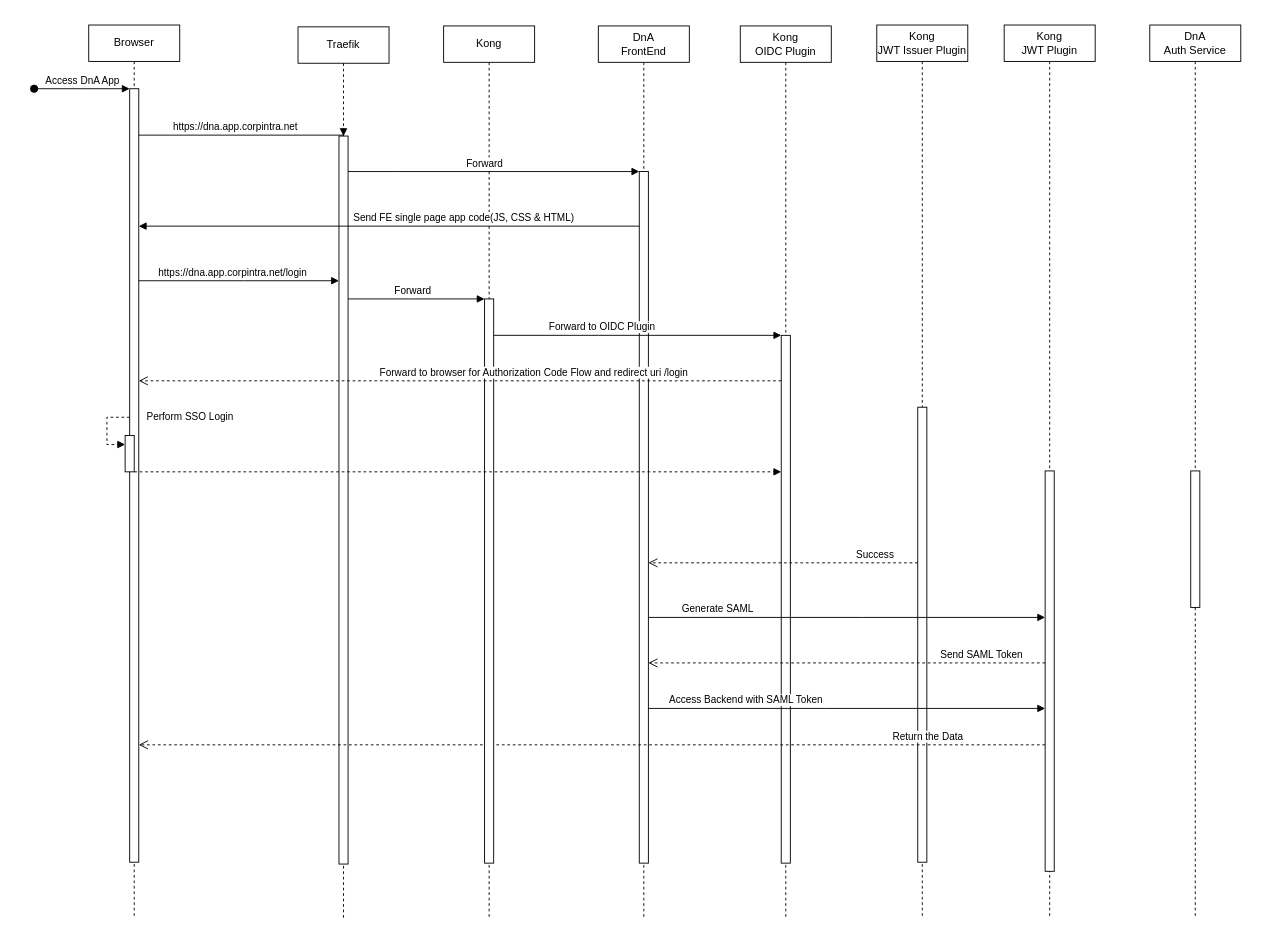
This is DnA Security Architecture With Kong.drawio from kameshbrao/ArchiModels, a draw.io file, before an edit. Source tidied: cells renumbered, new cells numbered last; positions are measured from the earlier drawing's top-left corner, leaving out a move shared by most shapes. Both pictures are drawn from the tidied source at 91%, with x=0, y=0 at pixel (34, 25).
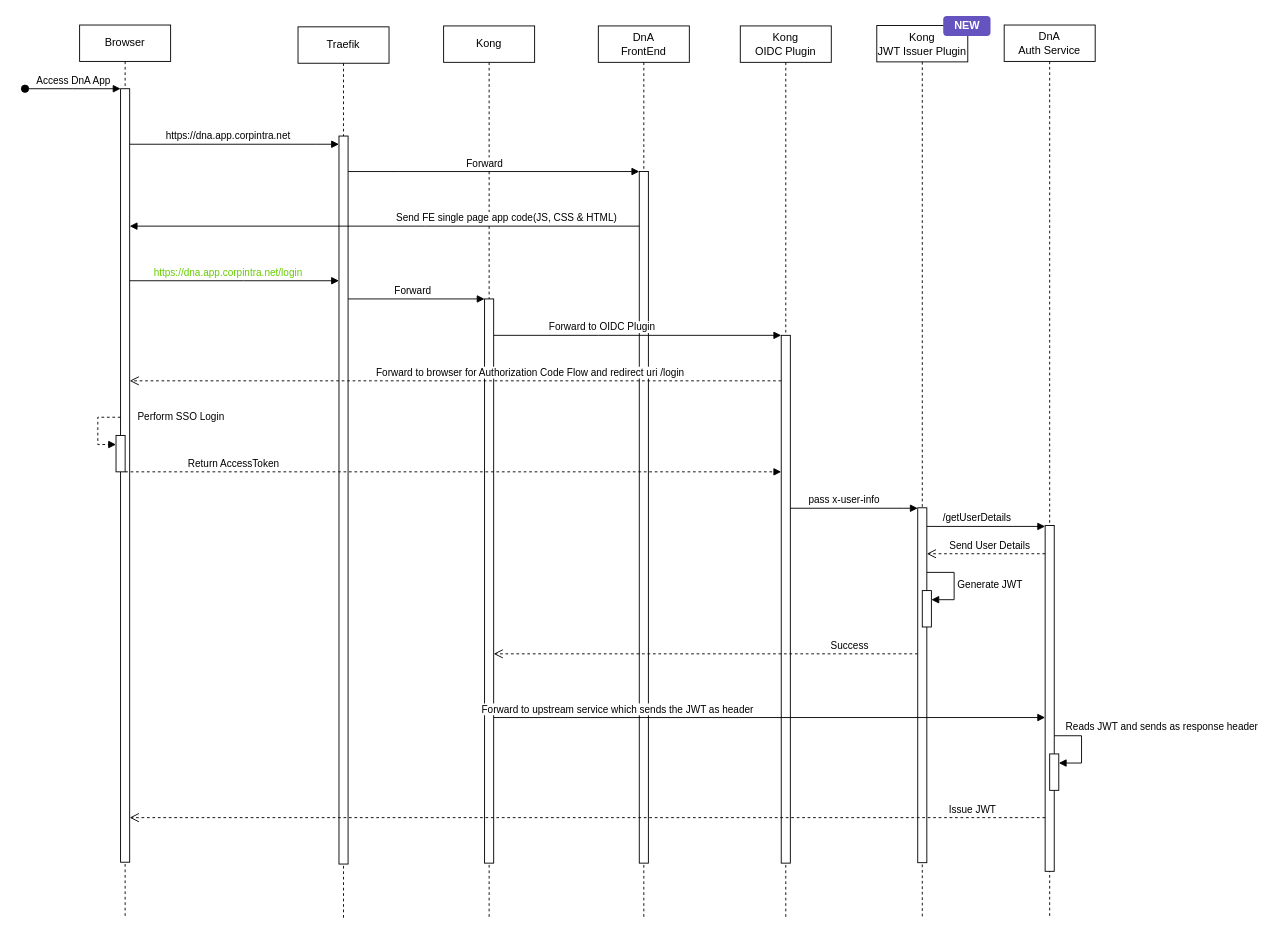
The same diagram, later.

The change refers to these unchanged cells:
```xml
<mxCell id="3" style="html=1;points=[];perimeter=orthogonalPerimeter;outlineConnect=0;targetShapes=umlLifeline;portConstraint=eastwest;newEdgeStyle={&quot;edgeStyle&quot;:&quot;elbowEdgeStyle&quot;,&quot;elbow&quot;:&quot;vertical&quot;,&quot;curved&quot;:0,&quot;rounded&quot;:0};" parent="2" vertex="1">
  <mxGeometry x="45" y="70" width="10" height="850" as="geometry" />
</mxCell>
<mxCell id="5" style="html=1;points=[];perimeter=orthogonalPerimeter;outlineConnect=0;targetShapes=umlLifeline;portConstraint=eastwest;newEdgeStyle={&quot;edgeStyle&quot;:&quot;elbowEdgeStyle&quot;,&quot;elbow&quot;:&quot;vertical&quot;,&quot;curved&quot;:0,&quot;rounded&quot;:0};" parent="2" vertex="1">
  <mxGeometry x="40" y="451" width="10" height="40" as="geometry" />
</mxCell>
<mxCell id="8" style="html=1;points=[];perimeter=orthogonalPerimeter;outlineConnect=0;targetShapes=umlLifeline;portConstraint=eastwest;newEdgeStyle={&quot;edgeStyle&quot;:&quot;elbowEdgeStyle&quot;,&quot;elbow&quot;:&quot;vertical&quot;,&quot;curved&quot;:0,&quot;rounded&quot;:0};" parent="7" vertex="1">
  <mxGeometry x="45" y="160" width="10" height="760" as="geometry" />
</mxCell>
<mxCell id="11" style="html=1;points=[];perimeter=orthogonalPerimeter;outlineConnect=0;targetShapes=umlLifeline;portConstraint=eastwest;newEdgeStyle={&quot;edgeStyle&quot;:&quot;elbowEdgeStyle&quot;,&quot;elbow&quot;:&quot;vertical&quot;,&quot;curved&quot;:0,&quot;rounded&quot;:0};" parent="10" vertex="1">
  <mxGeometry x="45" y="340" width="10" height="580" as="geometry" />
</mxCell>
<mxCell id="15" style="html=1;points=[];perimeter=orthogonalPerimeter;outlineConnect=0;targetShapes=umlLifeline;portConstraint=eastwest;newEdgeStyle={&quot;edgeStyle&quot;:&quot;elbowEdgeStyle&quot;,&quot;elbow&quot;:&quot;vertical&quot;,&quot;curved&quot;:0,&quot;rounded&quot;:0};" parent="14" vertex="1">
  <mxGeometry x="45" y="120" width="10" height="800" as="geometry" />
</mxCell>
<mxCell id="27" style="html=1;points=[];perimeter=orthogonalPerimeter;outlineConnect=0;targetShapes=umlLifeline;portConstraint=eastwest;newEdgeStyle={&quot;edgeStyle&quot;:&quot;elbowEdgeStyle&quot;,&quot;elbow&quot;:&quot;vertical&quot;,&quot;curved&quot;:0,&quot;rounded&quot;:0};" parent="26" vertex="1">
  <mxGeometry x="45" y="300" width="10" height="620" as="geometry" />
</mxCell>
```

Change to the diagram source:
```diff
@@
     <mxCell id="2" value="Browser" style="shape=umlLifeline;perimeter=lifelinePerimeter;whiteSpace=wrap;html=1;newEdgeStyle={&quot;edgeStyle&quot;:&quot;elbowEdgeStyle&quot;,&quot;elbow&quot;:&quot;vertical&quot;,&quot;curved&quot;:0,&quot;rounded&quot;:0};" parent="1" vertex="1">
-      <mxGeometry x="60" width="100" height="981" as="geometry" />
+      <mxGeometry x="50" width="100" height="981" as="geometry" />
     </mxCell>
@@
     <mxCell id="9" value="https://dna.app.corpintra.net" style="html=1;verticalAlign=bottom;endArrow=block;edgeStyle=elbowEdgeStyle;elbow=vertical;curved=0;rounded=0;" parent="1" edge="1" source="3" target="15">
       <mxGeometry x="-0.06" relative="1" as="geometry">
         <Array as="points">
-          <mxPoint x="270" y="121" />
+          <mxPoint x="310" y="131" />
+          <mxPoint x="330" y="141" />
           <mxPoint x="595" y="111" />
           <mxPoint x="775" y="131" />
           <mxPoint x="365" y="106" />
         </Array>
       </mxGeometry>
     </mxCell>
@@
-    <mxCell id="12" value="Kong&lt;br&gt;JWT Plugin" style="shape=umlLifeline;perimeter=lifelinePerimeter;whiteSpace=wrap;html=1;newEdgeStyle={&quot;edgeStyle&quot;:&quot;elbowEdgeStyle&quot;,&quot;elbow&quot;:&quot;vertical&quot;,&quot;curved&quot;:0,&quot;rounded&quot;:0};" parent="1" vertex="1">
+    <mxCell id="12" value="DnA&lt;br&gt;Auth Service" style="shape=umlLifeline;perimeter=lifelinePerimeter;whiteSpace=wrap;html=1;newEdgeStyle={&quot;edgeStyle&quot;:&quot;elbowEdgeStyle&quot;,&quot;elbow&quot;:&quot;vertical&quot;,&quot;curved&quot;:0,&quot;rounded&quot;:0};" parent="1" vertex="1">
       <mxGeometry x="1066" width="100" height="981" as="geometry" />
     </mxCell>
     <mxCell id="13" style="html=1;points=[];perimeter=orthogonalPerimeter;outlineConnect=0;targetShapes=umlLifeline;portConstraint=eastwest;newEdgeStyle={&quot;edgeStyle&quot;:&quot;elbowEdgeStyle&quot;,&quot;elbow&quot;:&quot;vertical&quot;,&quot;curved&quot;:0,&quot;rounded&quot;:0};" parent="12" vertex="1">
-      <mxGeometry x="45" y="490" width="10" height="440" as="geometry" />
+      <mxGeometry x="45" y="550" width="10" height="380" as="geometry" />
     </mxCell>
+    <mxCell id="34" style="html=1;points=[];perimeter=orthogonalPerimeter;outlineConnect=0;targetShapes=umlLifeline;portConstraint=eastwest;newEdgeStyle={&quot;edgeStyle&quot;:&quot;elbowEdgeStyle&quot;,&quot;elbow&quot;:&quot;vertical&quot;,&quot;curved&quot;:0,&quot;rounded&quot;:0};" parent="12" vertex="1">
+      <mxGeometry x="50" y="801" width="10" height="40" as="geometry" />
+    </mxCell>
+    <mxCell id="35" value="Reads JWT and sends as response header" style="html=1;align=left;spacingLeft=2;endArrow=block;rounded=0;edgeStyle=orthogonalEdgeStyle;curved=0;rounded=0;" parent="12" edge="1" target="34">
+      <mxGeometry x="-0.79" y="10" relative="1" as="geometry">
+        <mxPoint x="55" y="781" as="sourcePoint" />
+        <Array as="points">
+          <mxPoint x="85" y="811" />
+        </Array>
+      </mxGeometry>
+    </mxCell>
@@
-    <mxCell id="17" value="Success" style="html=1;verticalAlign=bottom;endArrow=open;dashed=1;endSize=8;edgeStyle=elbowEdgeStyle;elbow=vertical;curved=0;rounded=0;" parent="1" edge="1" source="19" target="8">
+    <mxCell id="17" value="Success" style="html=1;verticalAlign=bottom;endArrow=open;dashed=1;endSize=8;edgeStyle=elbowEdgeStyle;elbow=vertical;curved=0;rounded=0;" parent="1" edge="1" source="19" target="27">
       <mxGeometry x="-0.68" relative="1" as="geometry">
         <Array as="points">
-          <mxPoint x="910" y="591" />
+          <mxPoint x="930" y="691" />
           <mxPoint x="755" y="461" />
           <mxPoint x="635" y="451" />
           <mxPoint x="685" y="481" />
           <mxPoint x="715" y="461" />
         </Array>
       </mxGeometry>
     </mxCell>
     <mxCell id="18" value="Kong&lt;br&gt;JWT Issuer Plugin" style="shape=umlLifeline;perimeter=lifelinePerimeter;whiteSpace=wrap;html=1;newEdgeStyle={&quot;edgeStyle&quot;:&quot;elbowEdgeStyle&quot;,&quot;elbow&quot;:&quot;vertical&quot;,&quot;curved&quot;:0,&quot;rounded&quot;:0};" parent="1" vertex="1">
-      <mxGeometry x="926" width="100" height="981" as="geometry" />
+      <mxGeometry x="926" y="0.5" width="100" height="981" as="geometry" />
     </mxCell>
     <mxCell id="19" style="html=1;points=[];perimeter=orthogonalPerimeter;outlineConnect=0;targetShapes=umlLifeline;portConstraint=eastwest;newEdgeStyle={&quot;edgeStyle&quot;:&quot;elbowEdgeStyle&quot;,&quot;elbow&quot;:&quot;vertical&quot;,&quot;curved&quot;:0,&quot;rounded&quot;:0};" parent="18" vertex="1">
-      <mxGeometry x="45" y="420" width="10" height="500" as="geometry" />
+      <mxGeometry x="45" y="530" width="10" height="390" as="geometry" />
     </mxCell>
-    <mxCell id="20" value="Return the Data" style="html=1;verticalAlign=bottom;endArrow=open;dashed=1;endSize=8;edgeStyle=elbowEdgeStyle;elbow=vertical;curved=0;rounded=0;" parent="1" edge="1" source="13" target="3">
-      <mxGeometry x="-0.74" relative="1" as="geometry">
-        <Array as="points">
-          <mxPoint x="850" y="791" />
-          <mxPoint x="815" y="611" />
-          <mxPoint x="495" y="581" />
-        </Array>
-      </mxGeometry>
-    </mxCell>
-    <mxCell id="21" value="Send SAML Token" style="html=1;verticalAlign=bottom;endArrow=open;dashed=1;endSize=8;edgeStyle=elbowEdgeStyle;elbow=vertical;curved=0;rounded=0;" parent="1" edge="1" source="13" target="8">
-      <mxGeometry x="-0.68" relative="1" as="geometry">
-        <Array as="points">
-          <mxPoint x="890" y="701" />
-          <mxPoint x="860" y="521" />
-          <mxPoint x="740" y="511" />
-          <mxPoint x="790" y="541" />
-          <mxPoint x="820" y="521" />
-        </Array>
-      </mxGeometry>
-    </mxCell>
-    <mxCell id="22" value="Generate SAML" style="html=1;verticalAlign=bottom;endArrow=block;edgeStyle=elbowEdgeStyle;elbow=vertical;curved=0;rounded=0;" parent="1" edge="1" source="8" target="13">
-      <mxGeometry x="-0.65" relative="1" as="geometry">
-        <Array as="points">
-          <mxPoint x="910" y="651" />
-          <mxPoint x="855" y="491" />
-          <mxPoint x="845" y="481" />
-          <mxPoint x="725" y="541" />
-          <mxPoint x="735" y="521" />
-          <mxPoint x="720" y="501" />
-          <mxPoint x="780" y="521" />
-          <mxPoint x="1140" y="541" />
-          <mxPoint x="730" y="516" />
-        </Array>
-      </mxGeometry>
-    </mxCell>
-    <mxCell id="23" value="Access Backend with SAML Token" style="html=1;verticalAlign=bottom;endArrow=block;edgeStyle=elbowEdgeStyle;elbow=vertical;curved=0;rounded=0;" parent="1" edge="1" source="8" target="13">
-      <mxGeometry x="-0.51" relative="1" as="geometry">
-        <Array as="points">
-          <mxPoint x="870" y="751" />
-          <mxPoint x="850" y="701" />
-          <mxPoint x="850" y="551" />
-          <mxPoint x="730" y="611" />
-          <mxPoint x="740" y="591" />
-          <mxPoint x="725" y="571" />
-          <mxPoint x="785" y="591" />
-          <mxPoint x="1145" y="611" />
-          <mxPoint x="735" y="586" />
-        </Array>
-      </mxGeometry>
-    </mxCell>
-    <mxCell id="24" value="DnA &lt;br&gt;Auth Service" style="shape=umlLifeline;perimeter=lifelinePerimeter;whiteSpace=wrap;html=1;newEdgeStyle={&quot;edgeStyle&quot;:&quot;elbowEdgeStyle&quot;,&quot;elbow&quot;:&quot;vertical&quot;,&quot;curved&quot;:0,&quot;rounded&quot;:0};" parent="1" vertex="1">
-      <mxGeometry x="1226" width="100" height="981" as="geometry" />
-    </mxCell>
-    <mxCell id="25" style="html=1;perimeter=orthogonalPerimeter;targetShapes=umlLifeline;newEdgeStyle={&quot;edgeStyle&quot;:&quot;elbowEdgeStyle&quot;,&quot;elbow&quot;:&quot;vertical&quot;,&quot;curved&quot;:0,&quot;rounded&quot;:0};" parent="24" vertex="1">
-      <mxGeometry x="45" y="490" width="10" height="150" as="geometry" />
-    </mxCell>
+    <mxCell id="36" style="html=1;points=[];perimeter=orthogonalPerimeter;outlineConnect=0;targetShapes=umlLifeline;portConstraint=eastwest;newEdgeStyle={&quot;edgeStyle&quot;:&quot;elbowEdgeStyle&quot;,&quot;elbow&quot;:&quot;vertical&quot;,&quot;curved&quot;:0,&quot;rounded&quot;:0};" parent="18" vertex="1">
+      <mxGeometry x="50" y="621" width="10" height="40" as="geometry" />
+    </mxCell>
+    <mxCell id="37" value="Generate JWT" style="html=1;align=left;spacingLeft=2;endArrow=block;rounded=0;edgeStyle=orthogonalEdgeStyle;curved=0;rounded=0;" parent="18" edge="1" target="36">
+      <mxGeometry relative="1" as="geometry">
+        <mxPoint x="55" y="601" as="sourcePoint" />
+        <Array as="points">
+          <mxPoint x="85" y="631" />
+        </Array>
+      </mxGeometry>
+    </mxCell>
@@
     <mxCell id="29" value="Send FE single page app code(JS, CSS &amp;amp; HTML)" style="html=1;verticalAlign=bottom;endArrow=block;edgeStyle=elbowEdgeStyle;elbow=vertical;curved=0;rounded=0;" parent="1" edge="1" source="8" target="3">
-      <mxGeometry x="-0.3" relative="1" as="geometry">
+      <mxGeometry x="-0.48" relative="1" as="geometry">
         <Array as="points">
           <mxPoint x="430" y="221" />
           <mxPoint x="470" y="241" />
           <mxPoint x="310" y="221" />
           <mxPoint x="230" y="211" />
           <mxPoint x="380" y="221" />
           <mxPoint x="340" y="201" />
           <mxPoint x="70" y="201" />
           <mxPoint x="350" y="201" />
           <mxPoint x="200" y="261" />
           <mxPoint x="220" y="231" />
           <mxPoint x="180" y="201" />
         </Array>
       </mxGeometry>
     </mxCell>
-    <mxCell id="30" value="https://dna.app.corpintra.net/login" style="html=1;verticalAlign=bottom;endArrow=block;edgeStyle=elbowEdgeStyle;elbow=vertical;curved=0;rounded=0;" parent="1" edge="1" source="3" target="15">
+    <mxCell id="30" value="https://dna.app.corpintra.net/login" style="html=1;verticalAlign=bottom;endArrow=block;edgeStyle=elbowEdgeStyle;elbow=vertical;curved=0;rounded=0;fontColor=#66CC00;" parent="1" edge="1" source="3" target="15">
       <mxGeometry x="-0.06" relative="1" as="geometry">
         <Array as="points">
           <mxPoint x="230" y="281" />
           <mxPoint x="275" y="301" />
           <mxPoint x="600" y="291" />
           <mxPoint x="780" y="311" />
           <mxPoint x="370" y="286" />
         </Array>
       </mxGeometry>
     </mxCell>
@@
-    <mxCell id="33" style="html=1;verticalAlign=bottom;endArrow=block;edgeStyle=elbowEdgeStyle;elbow=vertical;curved=0;rounded=0;dashed=1;" parent="1" edge="1" source="5" target="11">
-      <mxGeometry x="-0.27" relative="1" as="geometry">
+    <mxCell id="33" value="Return AccessToken" style="html=1;verticalAlign=bottom;endArrow=block;edgeStyle=elbowEdgeStyle;elbow=vertical;curved=0;rounded=0;dashed=1;" parent="1" edge="1" source="5" target="11">
+      <mxGeometry x="-0.67" relative="1" as="geometry">
         <Array as="points">
           <mxPoint x="320" y="491" />
           <mxPoint x="220" y="481" />
           <mxPoint x="385" y="501" />
           <mxPoint x="330" y="341" />
           <mxPoint x="320" y="331" />
           <mxPoint x="200" y="391" />
           <mxPoint x="210" y="371" />
           <mxPoint x="195" y="351" />
           <mxPoint x="255" y="371" />
           <mxPoint x="615" y="391" />
           <mxPoint x="205" y="366" />
         </Array>
       </mxGeometry>
     </mxCell>
+    <mxCell id="38" value="pass x-user-info" style="html=1;verticalAlign=bottom;endArrow=block;edgeStyle=elbowEdgeStyle;elbow=vertical;curved=0;rounded=0;" parent="1" edge="1" source="11" target="19">
+      <mxGeometry x="-0.16" relative="1" as="geometry">
+        <Array as="points">
+          <mxPoint x="955" y="531" />
+          <mxPoint x="840" y="581" />
+          <mxPoint x="860" y="611" />
+          <mxPoint x="1115" y="601" />
+          <mxPoint x="705" y="576" />
+        </Array>
+      </mxGeometry>
+    </mxCell>
+    <mxCell id="39" value="/getUserDetails" style="html=1;verticalAlign=bottom;endArrow=block;edgeStyle=elbowEdgeStyle;elbow=vertical;curved=0;rounded=0;" parent="1" edge="1" source="19" target="13">
+      <mxGeometry x="-0.16" relative="1" as="geometry">
+        <Array as="points">
+          <mxPoint x="1104" y="551" />
+          <mxPoint x="989" y="601" />
+          <mxPoint x="1009" y="631" />
+          <mxPoint x="1264" y="621" />
+          <mxPoint x="854" y="596" />
+        </Array>
+      </mxGeometry>
+    </mxCell>
+    <mxCell id="40" value="Send User Details" style="html=1;verticalAlign=bottom;endArrow=open;dashed=1;endSize=8;edgeStyle=elbowEdgeStyle;elbow=vertical;curved=0;rounded=0;" parent="1" edge="1" source="13" target="19">
+      <mxGeometry x="-0.06" relative="1" as="geometry">
+        <Array as="points">
+          <mxPoint x="1060" y="581" />
+          <mxPoint x="975" y="581" />
+          <mxPoint x="925" y="521" />
+          <mxPoint x="895" y="341" />
+          <mxPoint x="775" y="331" />
+          <mxPoint x="825" y="361" />
+          <mxPoint x="855" y="341" />
+        </Array>
+      </mxGeometry>
+    </mxCell>
+    <mxCell id="41" value="Forward to upstream service which sends the JWT as header" style="html=1;verticalAlign=bottom;endArrow=block;edgeStyle=elbowEdgeStyle;elbow=vertical;curved=0;rounded=0;" parent="1" edge="1" source="27" target="13">
+      <mxGeometry x="-0.55" relative="1" as="geometry">
+        <Array as="points">
+          <mxPoint x="625" y="761" />
+          <mxPoint x="510" y="811" />
+          <mxPoint x="530" y="841" />
+          <mxPoint x="785" y="831" />
+          <mxPoint x="375" y="806" />
+        </Array>
+      </mxGeometry>
+    </mxCell>
+    <mxCell id="20" value="Issue JWT" style="html=1;verticalAlign=bottom;endArrow=open;dashed=1;endSize=8;edgeStyle=elbowEdgeStyle;elbow=vertical;curved=0;rounded=0;" parent="1" edge="1" source="13" target="3">
+      <mxGeometry x="-0.84" relative="1" as="geometry">
+        <Array as="points">
+          <mxPoint x="1070" y="871" />
+          <mxPoint x="1090" y="881" />
+          <mxPoint x="1045" y="811" />
+          <mxPoint x="870" y="581" />
+          <mxPoint x="750" y="571" />
+          <mxPoint x="800" y="601" />
+          <mxPoint x="830" y="581" />
+        </Array>
+      </mxGeometry>
+    </mxCell>
+    <mxCell id="42" value="NEW" style="dashed=0;html=1;rounded=1;fillColor=#6554C0;strokeColor=#6554C0;fontSize=12;align=center;fontStyle=1;strokeWidth=2;fontColor=#ffffff;" parent="1" vertex="1">
+      <mxGeometry x="1000" y="-9" width="50" height="20" as="geometry" />
+    </mxCell>
```
